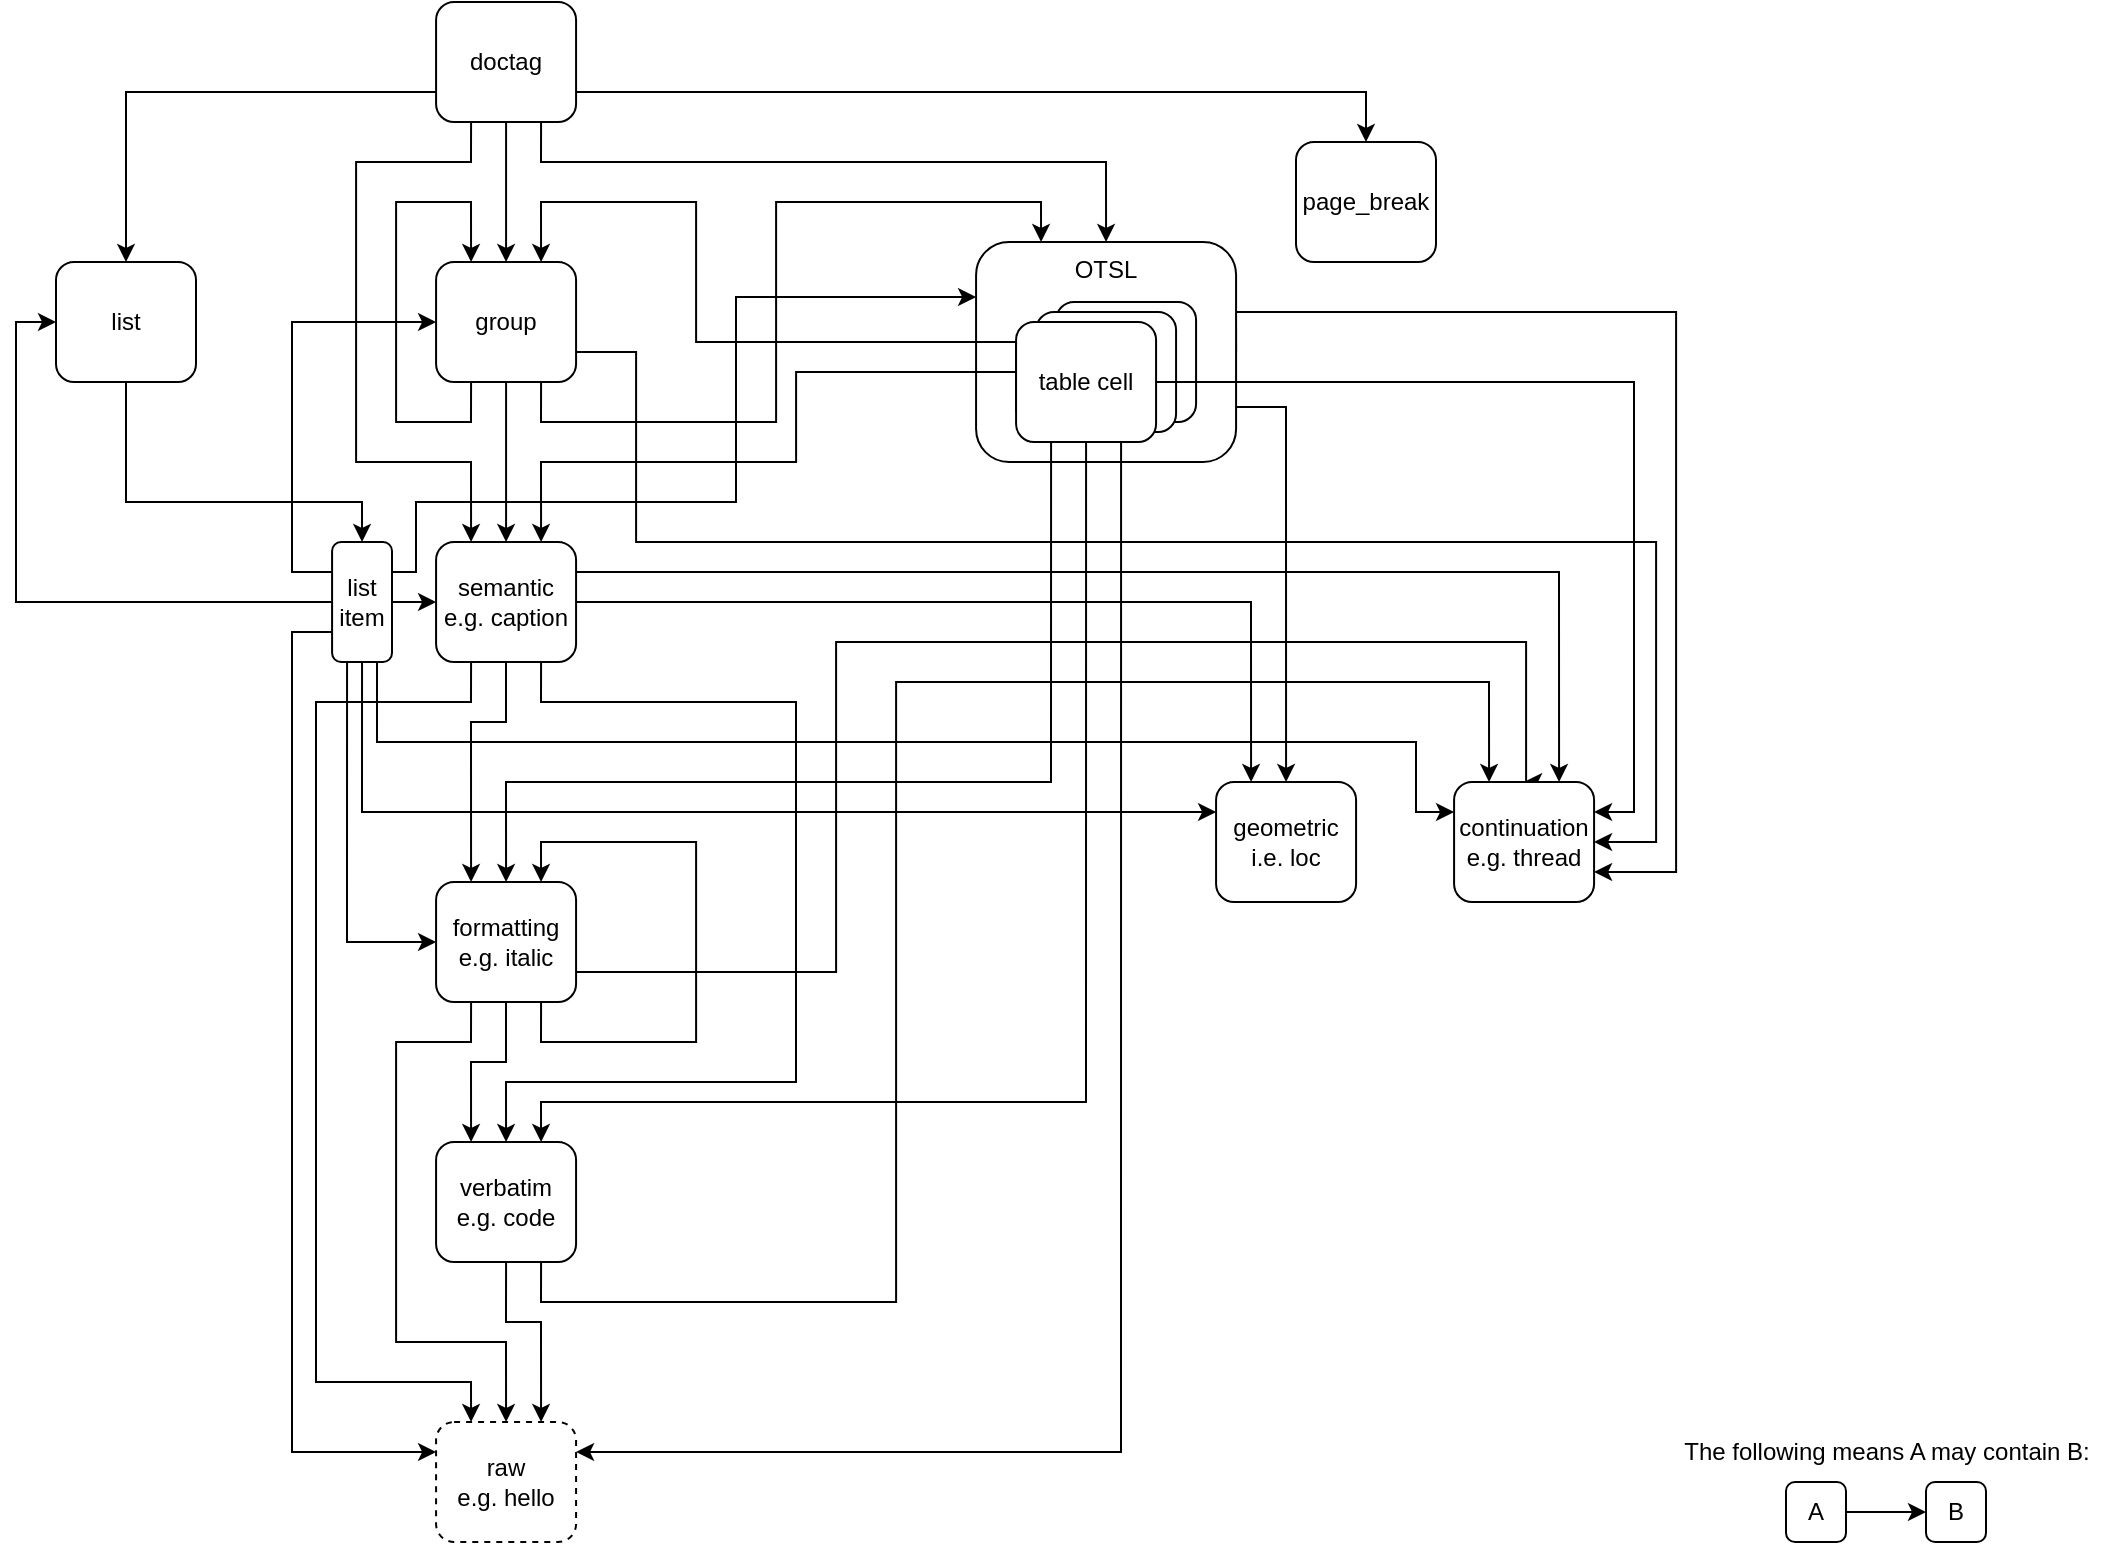
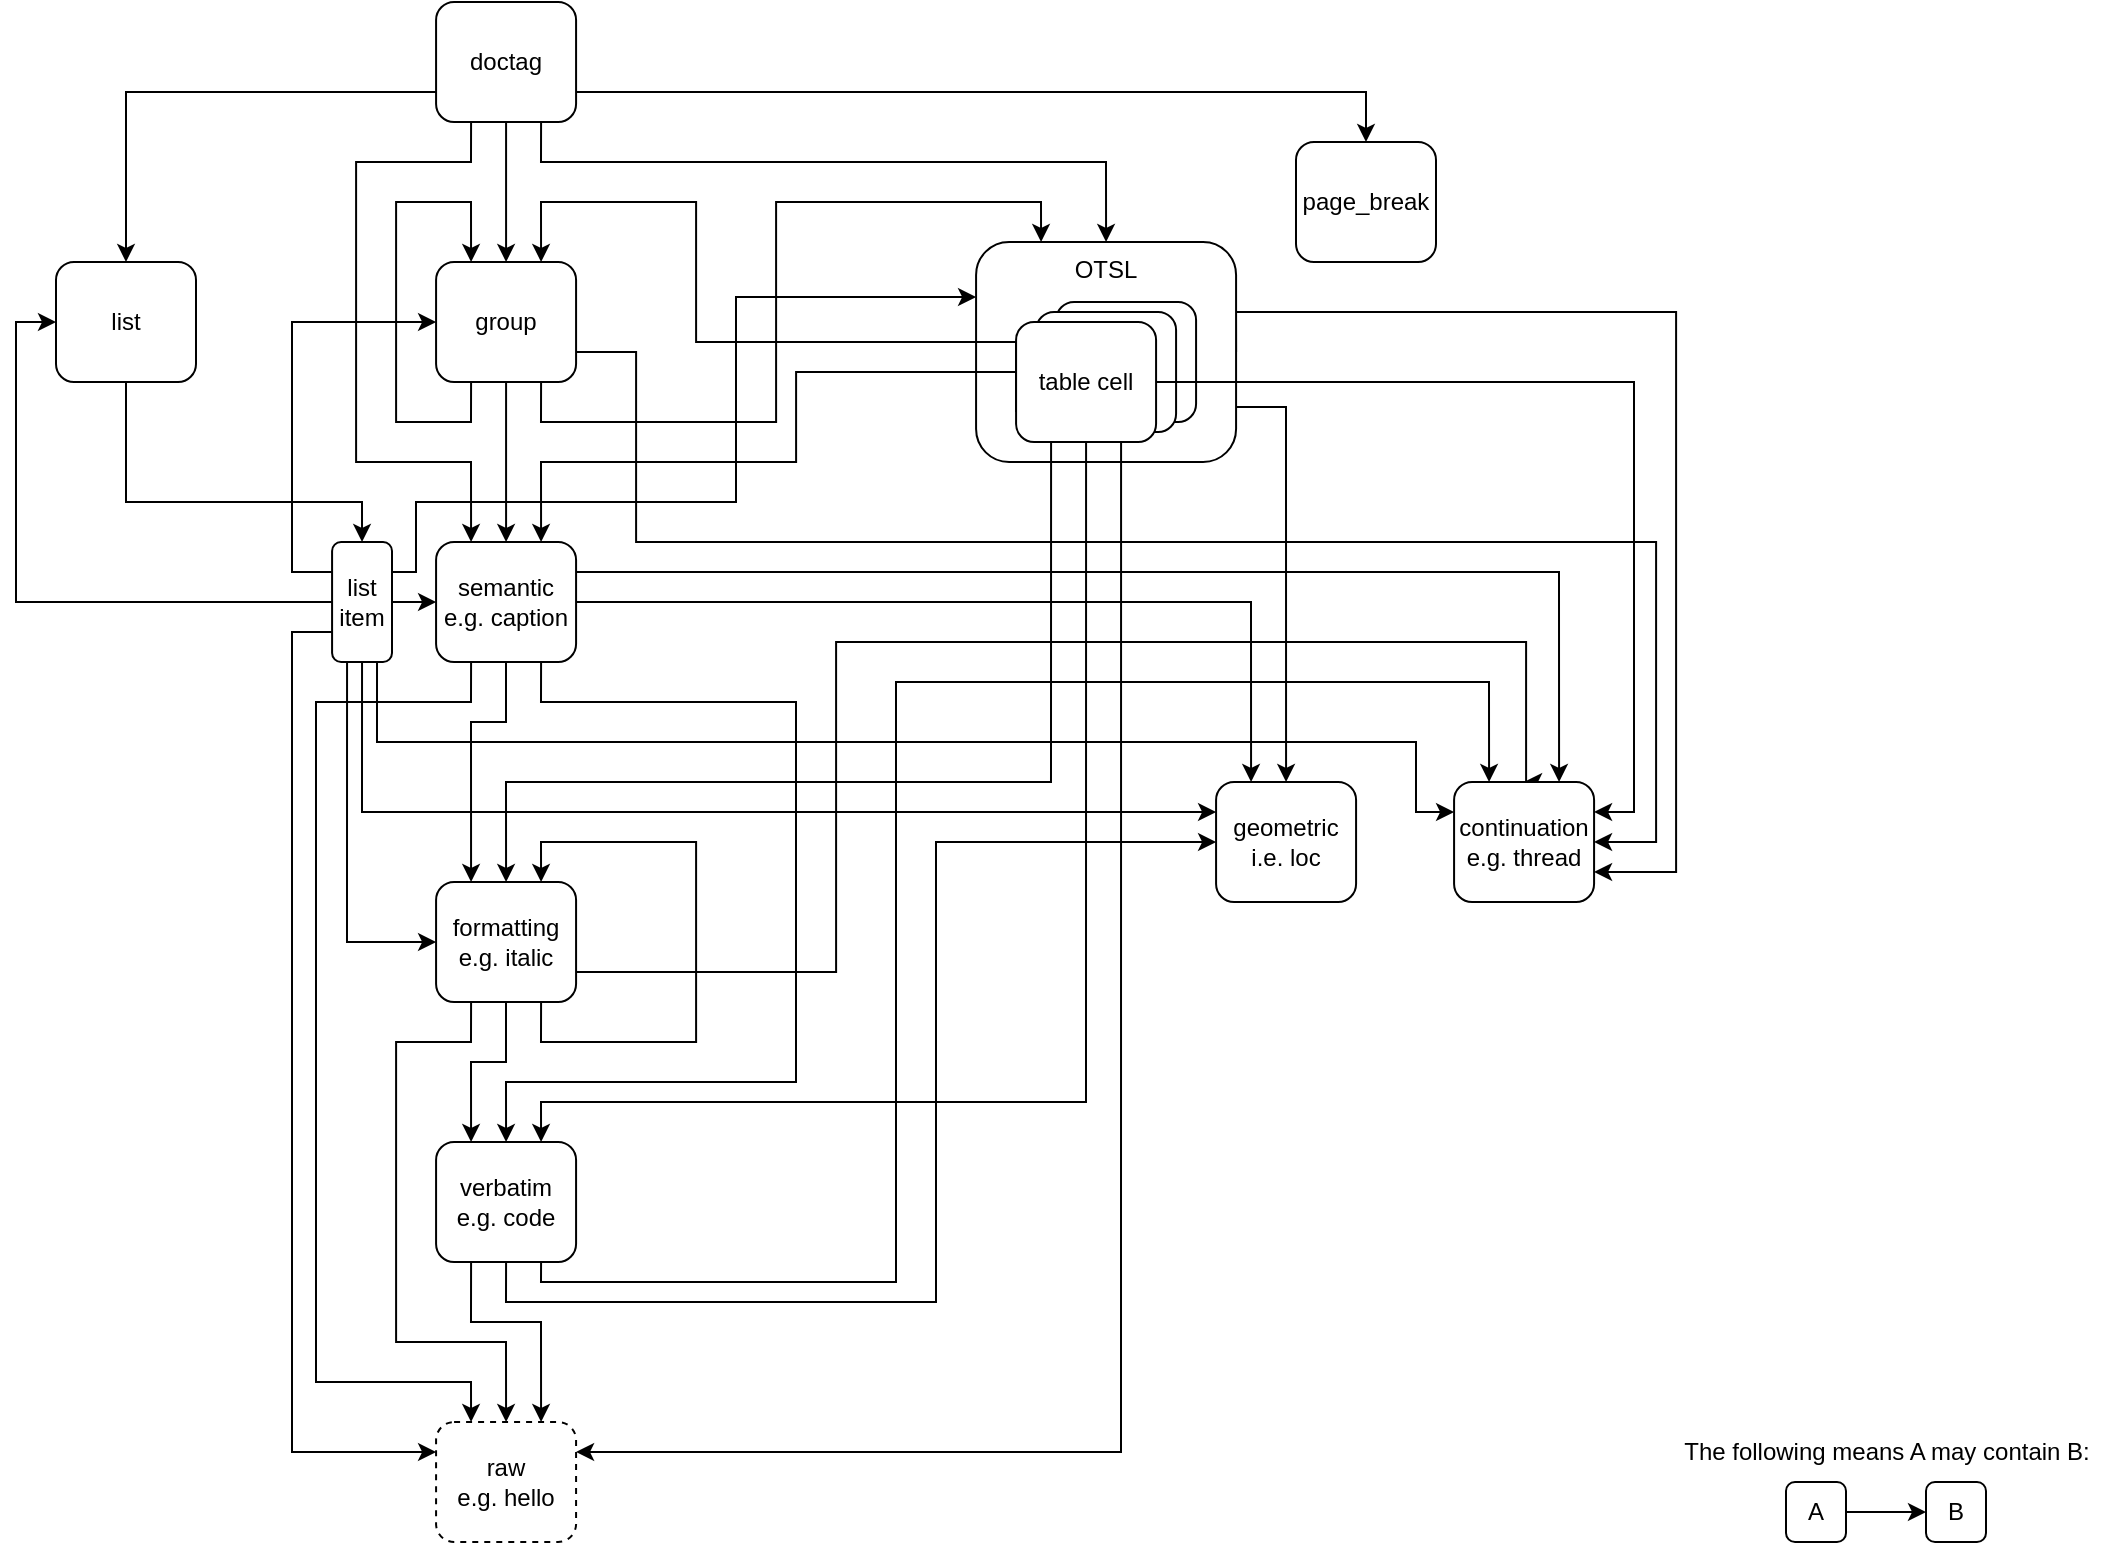
- <mxfile host="app.diagrams.net" agent="Mozilla/5.0 (Macintosh; Intel Mac OS X 10_15_7) AppleWebKit/537.36 (KHTML, like Gecko) Chrome/139.0.0.0 Safari/537.36" version="28.2.1">
+ <mxfile host="app.diagrams.net" agent="Mozilla/5.0 (Macintosh; Intel Mac OS X 10_15_7) AppleWebKit/537.36 (KHTML, like Gecko) Chrome/140.0.0.0 Safari/537.36" version="28.2.1">
  <diagram name="Page-1" id="F75mAplO2R7RB_5H6USg">
-     <mxGraphModel dx="1722" dy="967" grid="1" gridSize="10" guides="1" tooltips="1" connect="1" arrows="1" fold="1" page="1" pageScale="1" pageWidth="1169" pageHeight="827" math="0" shadow="0">
+     <mxGraphModel dx="2050" dy="1144" grid="1" gridSize="10" guides="1" tooltips="1" connect="1" arrows="1" fold="1" page="1" pageScale="1" pageWidth="1169" pageHeight="827" math="0" shadow="0">
      <root>
        <mxCell id="0" />
        <mxCell id="1" parent="0" />
        <mxCell id="ArLRNX4BGLRksdiMSqML-64" style="edgeStyle=orthogonalEdgeStyle;rounded=0;orthogonalLoop=1;jettySize=auto;html=1;exitX=1;exitY=0.5;exitDx=0;exitDy=0;entryX=1;entryY=0.75;entryDx=0;entryDy=0;" parent="1" source="ArLRNX4BGLRksdiMSqML-39" target="ArLRNX4BGLRksdiMSqML-61" edge="1">
          <mxGeometry relative="1" as="geometry">
            <Array as="points">
              <mxPoint x="930.0400000000001" y="175" />
              <mxPoint x="930.0400000000001" y="455" />
            </Array>
          </mxGeometry>
        </mxCell>
        <mxCell id="ArLRNX4BGLRksdiMSqML-39" value="OTSL" style="rounded=1;whiteSpace=wrap;html=1;verticalAlign=top;" parent="1" vertex="1">
          <mxGeometry x="580.0400000000001" y="140" width="130" height="110" as="geometry" />
        </mxCell>
        <mxCell id="ArLRNX4BGLRksdiMSqML-53" value="" style="rounded=1;whiteSpace=wrap;html=1;" parent="1" vertex="1">
          <mxGeometry x="620.0400000000001" y="170" width="70" height="60" as="geometry" />
        </mxCell>
        <mxCell id="owo317P7gw40relKGIAD-1" value="raw&lt;br&gt;e.g. hello" style="rounded=1;whiteSpace=wrap;html=1;dashed=1;" parent="1" vertex="1">
          <mxGeometry x="310.03999999999996" y="730" width="70" height="60" as="geometry" />
        </mxCell>
        <mxCell id="ArLRNX4BGLRksdiMSqML-52" value="" style="rounded=1;whiteSpace=wrap;html=1;" parent="1" vertex="1">
          <mxGeometry x="610.0400000000001" y="175" width="70" height="60" as="geometry" />
        </mxCell>
        <mxCell id="ArLRNX4BGLRksdiMSqML-18" style="edgeStyle=orthogonalEdgeStyle;rounded=0;orthogonalLoop=1;jettySize=auto;html=1;entryX=0.25;entryY=0;entryDx=0;entryDy=0;" parent="1" source="owo317P7gw40relKGIAD-2" target="z8eIMTE0FyAdGGZfip0s-2" edge="1">
          <mxGeometry relative="1" as="geometry">
            <Array as="points">
              <mxPoint x="345.03999999999996" y="550" />
              <mxPoint x="328.03999999999996" y="550" />
            </Array>
          </mxGeometry>
        </mxCell>
        <mxCell id="ArLRNX4BGLRksdiMSqML-19" style="edgeStyle=orthogonalEdgeStyle;rounded=0;orthogonalLoop=1;jettySize=auto;html=1;exitX=0.25;exitY=1;exitDx=0;exitDy=0;entryX=0.5;entryY=0;entryDx=0;entryDy=0;" parent="1" source="owo317P7gw40relKGIAD-2" target="owo317P7gw40relKGIAD-1" edge="1">
          <mxGeometry relative="1" as="geometry">
            <Array as="points">
              <mxPoint x="327.03999999999996" y="540" />
              <mxPoint x="290.03999999999996" y="540" />
              <mxPoint x="290.03999999999996" y="690" />
              <mxPoint x="345.03999999999996" y="690" />
            </Array>
          </mxGeometry>
        </mxCell>
        <mxCell id="ArLRNX4BGLRksdiMSqML-67" style="edgeStyle=orthogonalEdgeStyle;rounded=0;orthogonalLoop=1;jettySize=auto;html=1;exitX=1;exitY=0.75;exitDx=0;exitDy=0;entryX=0.5;entryY=0;entryDx=0;entryDy=0;" parent="1" source="owo317P7gw40relKGIAD-2" target="ArLRNX4BGLRksdiMSqML-61" edge="1">
          <mxGeometry relative="1" as="geometry">
            <Array as="points">
              <mxPoint x="510.0400000000001" y="505" />
              <mxPoint x="510.0400000000001" y="340" />
              <mxPoint x="855.0400000000001" y="340" />
            </Array>
          </mxGeometry>
        </mxCell>
        <mxCell id="owo317P7gw40relKGIAD-2" value="formatting&lt;br&gt;e.g. italic" style="rounded=1;whiteSpace=wrap;html=1;" parent="1" vertex="1">
          <mxGeometry x="310.03999999999996" y="460" width="70" height="60" as="geometry" />
        </mxCell>
        <mxCell id="ArLRNX4BGLRksdiMSqML-8" style="edgeStyle=orthogonalEdgeStyle;rounded=0;orthogonalLoop=1;jettySize=auto;html=1;entryX=0.25;entryY=0;entryDx=0;entryDy=0;exitX=0.25;exitY=1;exitDx=0;exitDy=0;" parent="1" source="z8eIMTE0FyAdGGZfip0s-1" target="owo317P7gw40relKGIAD-1" edge="1">
          <mxGeometry relative="1" as="geometry">
            <Array as="points">
              <mxPoint x="328" y="370" />
              <mxPoint x="250" y="370" />
              <mxPoint x="250" y="710" />
              <mxPoint x="328" y="710" />
            </Array>
          </mxGeometry>
        </mxCell>
        <mxCell id="ArLRNX4BGLRksdiMSqML-34" style="edgeStyle=orthogonalEdgeStyle;rounded=0;orthogonalLoop=1;jettySize=auto;html=1;exitX=0.75;exitY=1;exitDx=0;exitDy=0;entryX=0.5;entryY=0;entryDx=0;entryDy=0;" parent="1" source="z8eIMTE0FyAdGGZfip0s-1" target="z8eIMTE0FyAdGGZfip0s-2" edge="1">
          <mxGeometry relative="1" as="geometry">
            <Array as="points">
              <mxPoint x="363" y="370" />
              <mxPoint x="490" y="370" />
              <mxPoint x="490" y="560" />
              <mxPoint x="345" y="560" />
            </Array>
          </mxGeometry>
        </mxCell>
        <mxCell id="ArLRNX4BGLRksdiMSqML-45" style="edgeStyle=orthogonalEdgeStyle;rounded=0;orthogonalLoop=1;jettySize=auto;html=1;exitX=1;exitY=0.5;exitDx=0;exitDy=0;entryX=0.25;entryY=0;entryDx=0;entryDy=0;" parent="1" source="z8eIMTE0FyAdGGZfip0s-1" target="ArLRNX4BGLRksdiMSqML-22" edge="1">
          <mxGeometry relative="1" as="geometry">
            <Array as="points">
              <mxPoint x="718.0400000000001" y="320" />
            </Array>
          </mxGeometry>
        </mxCell>
        <mxCell id="ArLRNX4BGLRksdiMSqML-58" style="edgeStyle=orthogonalEdgeStyle;rounded=0;orthogonalLoop=1;jettySize=auto;html=1;entryX=0.25;entryY=0;entryDx=0;entryDy=0;" parent="1" source="z8eIMTE0FyAdGGZfip0s-1" target="owo317P7gw40relKGIAD-2" edge="1">
          <mxGeometry relative="1" as="geometry">
            <Array as="points">
              <mxPoint x="345.03999999999996" y="380" />
              <mxPoint x="328.03999999999996" y="380" />
            </Array>
          </mxGeometry>
        </mxCell>
        <mxCell id="ArLRNX4BGLRksdiMSqML-66" style="edgeStyle=orthogonalEdgeStyle;rounded=0;orthogonalLoop=1;jettySize=auto;html=1;exitX=1;exitY=0.25;exitDx=0;exitDy=0;entryX=0.75;entryY=0;entryDx=0;entryDy=0;" parent="1" source="z8eIMTE0FyAdGGZfip0s-1" target="ArLRNX4BGLRksdiMSqML-61" edge="1">
          <mxGeometry relative="1" as="geometry" />
        </mxCell>
        <mxCell id="z8eIMTE0FyAdGGZfip0s-1" value="semantic&lt;br&gt;e.g. caption" style="rounded=1;whiteSpace=wrap;html=1;verticalAlign=middle;" parent="1" vertex="1">
          <mxGeometry x="310.03999999999996" y="290" width="70" height="60" as="geometry" />
        </mxCell>
-         <mxCell id="ArLRNX4BGLRksdiMSqML-14" style="edgeStyle=orthogonalEdgeStyle;rounded=0;orthogonalLoop=1;jettySize=auto;html=1;exitX=0.5;exitY=1;exitDx=0;exitDy=0;entryX=0.75;entryY=0;entryDx=0;entryDy=0;" parent="1" source="z8eIMTE0FyAdGGZfip0s-2" target="owo317P7gw40relKGIAD-1" edge="1">
-           <mxGeometry relative="1" as="geometry">
-             <Array as="points">
-               <mxPoint x="345.03999999999996" y="680" />
-               <mxPoint x="363.03999999999996" y="680" />
+         <mxCell id="ArLRNX4BGLRksdiMSqML-14" style="edgeStyle=orthogonalEdgeStyle;rounded=0;orthogonalLoop=1;jettySize=auto;html=1;exitX=0.25;exitY=1;exitDx=0;exitDy=0;entryX=0.75;entryY=0;entryDx=0;entryDy=0;" parent="1" source="z8eIMTE0FyAdGGZfip0s-2" target="owo317P7gw40relKGIAD-1" edge="1">
+           <mxGeometry relative="1" as="geometry">
+             <Array as="points">
+               <mxPoint x="328" y="680" />
+               <mxPoint x="363" y="680" />
            </Array>
          </mxGeometry>
        </mxCell>
        <mxCell id="ArLRNX4BGLRksdiMSqML-68" style="edgeStyle=orthogonalEdgeStyle;rounded=0;orthogonalLoop=1;jettySize=auto;html=1;exitX=0.75;exitY=1;exitDx=0;exitDy=0;entryX=0.25;entryY=0;entryDx=0;entryDy=0;" parent="1" source="z8eIMTE0FyAdGGZfip0s-2" target="ArLRNX4BGLRksdiMSqML-61" edge="1">
          <mxGeometry relative="1" as="geometry">
            <Array as="points">
-               <mxPoint x="363.03999999999996" y="670" />
-               <mxPoint x="540.0400000000001" y="670" />
-               <mxPoint x="540.0400000000001" y="360" />
-               <mxPoint x="837.0400000000001" y="360" />
+               <mxPoint x="363" y="660" />
+               <mxPoint x="540" y="660" />
+               <mxPoint x="540" y="360" />
+               <mxPoint x="837" y="360" />
+             </Array>
+           </mxGeometry>
+         </mxCell>
+         <mxCell id="R7qo2UHwo6Etc-Ydo3Lj-1" style="edgeStyle=orthogonalEdgeStyle;rounded=0;orthogonalLoop=1;jettySize=auto;html=1;exitX=0.5;exitY=1;exitDx=0;exitDy=0;entryX=0;entryY=0.5;entryDx=0;entryDy=0;" edge="1" parent="1" source="z8eIMTE0FyAdGGZfip0s-2" target="ArLRNX4BGLRksdiMSqML-22">
+           <mxGeometry relative="1" as="geometry">
+             <Array as="points">
+               <mxPoint x="345" y="670" />
+               <mxPoint x="560" y="670" />
+               <mxPoint x="560" y="440" />
            </Array>
          </mxGeometry>
        </mxCell>
        <mxCell id="z8eIMTE0FyAdGGZfip0s-2" value="verbatim&lt;br&gt;e.g. code" style="rounded=1;whiteSpace=wrap;html=1;" parent="1" vertex="1">
          <mxGeometry x="310.03999999999996" y="590" width="70" height="60" as="geometry" />
        </mxCell>
        <mxCell id="ArLRNX4BGLRksdiMSqML-22" value="geometric&lt;br&gt;i.e. loc" style="rounded=1;whiteSpace=wrap;html=1;" parent="1" vertex="1">
          <mxGeometry x="700.0400000000001" y="410" width="70" height="60" as="geometry" />
        </mxCell>
        <mxCell id="ArLRNX4BGLRksdiMSqML-25" style="edgeStyle=orthogonalEdgeStyle;rounded=0;orthogonalLoop=1;jettySize=auto;html=1;entryX=0.5;entryY=0;entryDx=0;entryDy=0;" parent="1" source="ArLRNX4BGLRksdiMSqML-24" target="z8eIMTE0FyAdGGZfip0s-1" edge="1">
          <mxGeometry relative="1" as="geometry" />
        </mxCell>
        <mxCell id="ArLRNX4BGLRksdiMSqML-43" style="edgeStyle=orthogonalEdgeStyle;rounded=0;orthogonalLoop=1;jettySize=auto;html=1;exitX=0.75;exitY=1;exitDx=0;exitDy=0;entryX=0.25;entryY=0;entryDx=0;entryDy=0;" parent="1" source="ArLRNX4BGLRksdiMSqML-24" target="ArLRNX4BGLRksdiMSqML-39" edge="1">
          <mxGeometry relative="1" as="geometry">
            <Array as="points">
              <mxPoint x="363.03999999999996" y="230" />
              <mxPoint x="480.0400000000001" y="230" />
              <mxPoint x="480.0400000000001" y="120" />
              <mxPoint x="613.0400000000001" y="120" />
            </Array>
          </mxGeometry>
        </mxCell>
        <mxCell id="ArLRNX4BGLRksdiMSqML-62" style="edgeStyle=orthogonalEdgeStyle;rounded=0;orthogonalLoop=1;jettySize=auto;html=1;exitX=1;exitY=0.75;exitDx=0;exitDy=0;entryX=1;entryY=0.5;entryDx=0;entryDy=0;" parent="1" source="ArLRNX4BGLRksdiMSqML-24" target="ArLRNX4BGLRksdiMSqML-61" edge="1">
          <mxGeometry relative="1" as="geometry">
            <Array as="points">
              <mxPoint x="410.03999999999996" y="195" />
              <mxPoint x="410.03999999999996" y="290" />
              <mxPoint x="920.0400000000001" y="290" />
              <mxPoint x="920.0400000000001" y="440" />
            </Array>
          </mxGeometry>
        </mxCell>
        <mxCell id="ArLRNX4BGLRksdiMSqML-24" value="group" style="rounded=1;whiteSpace=wrap;html=1;" parent="1" vertex="1">
          <mxGeometry x="310.03999999999996" y="150" width="70" height="60" as="geometry" />
        </mxCell>
        <mxCell id="ArLRNX4BGLRksdiMSqML-28" style="edgeStyle=orthogonalEdgeStyle;rounded=0;orthogonalLoop=1;jettySize=auto;html=1;entryX=0.5;entryY=0;entryDx=0;entryDy=0;" parent="1" source="ArLRNX4BGLRksdiMSqML-27" target="ArLRNX4BGLRksdiMSqML-24" edge="1">
          <mxGeometry relative="1" as="geometry" />
        </mxCell>
        <mxCell id="ArLRNX4BGLRksdiMSqML-31" style="edgeStyle=orthogonalEdgeStyle;rounded=0;orthogonalLoop=1;jettySize=auto;html=1;entryX=0.25;entryY=0;entryDx=0;entryDy=0;exitX=0.25;exitY=1;exitDx=0;exitDy=0;" parent="1" source="ArLRNX4BGLRksdiMSqML-27" target="z8eIMTE0FyAdGGZfip0s-1" edge="1">
          <mxGeometry relative="1" as="geometry">
            <mxPoint x="200.04" y="280" as="targetPoint" />
            <Array as="points">
              <mxPoint x="327.03999999999996" y="100" />
              <mxPoint x="270.03999999999996" y="100" />
              <mxPoint x="270.03999999999996" y="250" />
              <mxPoint x="327.03999999999996" y="250" />
            </Array>
          </mxGeometry>
        </mxCell>
        <mxCell id="ArLRNX4BGLRksdiMSqML-51" style="edgeStyle=orthogonalEdgeStyle;rounded=0;orthogonalLoop=1;jettySize=auto;html=1;exitX=0.75;exitY=1;exitDx=0;exitDy=0;entryX=0.5;entryY=0;entryDx=0;entryDy=0;" parent="1" source="ArLRNX4BGLRksdiMSqML-27" target="ArLRNX4BGLRksdiMSqML-39" edge="1">
          <mxGeometry relative="1" as="geometry">
            <Array as="points">
              <mxPoint x="363.03999999999996" y="100" />
              <mxPoint x="645.0400000000001" y="100" />
            </Array>
          </mxGeometry>
        </mxCell>
        <mxCell id="ArLRNX4BGLRksdiMSqML-70" style="edgeStyle=orthogonalEdgeStyle;rounded=0;orthogonalLoop=1;jettySize=auto;html=1;exitX=1;exitY=0.75;exitDx=0;exitDy=0;entryX=0.5;entryY=0;entryDx=0;entryDy=0;" parent="1" source="ArLRNX4BGLRksdiMSqML-27" target="ArLRNX4BGLRksdiMSqML-69" edge="1">
          <mxGeometry relative="1" as="geometry" />
        </mxCell>
-         <mxCell id="shjTQ2N4gX8QWyBKswjy-7" style="edgeStyle=orthogonalEdgeStyle;rounded=0;orthogonalLoop=1;jettySize=auto;html=1;exitX=0;exitY=0.75;exitDx=0;exitDy=0;entryX=0.5;entryY=0;entryDx=0;entryDy=0;" edge="1" parent="1" source="ArLRNX4BGLRksdiMSqML-27" target="shjTQ2N4gX8QWyBKswjy-1">
+         <mxCell id="shjTQ2N4gX8QWyBKswjy-7" style="edgeStyle=orthogonalEdgeStyle;rounded=0;orthogonalLoop=1;jettySize=auto;html=1;exitX=0;exitY=0.75;exitDx=0;exitDy=0;entryX=0.5;entryY=0;entryDx=0;entryDy=0;" parent="1" source="ArLRNX4BGLRksdiMSqML-27" target="shjTQ2N4gX8QWyBKswjy-1" edge="1">
          <mxGeometry relative="1" as="geometry" />
        </mxCell>
        <mxCell id="ArLRNX4BGLRksdiMSqML-27" value="doctag" style="rounded=1;whiteSpace=wrap;html=1;" parent="1" vertex="1">
          <mxGeometry x="310.03999999999996" y="20" width="70" height="60" as="geometry" />
        </mxCell>
        <mxCell id="ArLRNX4BGLRksdiMSqML-32" style="edgeStyle=orthogonalEdgeStyle;rounded=0;orthogonalLoop=1;jettySize=auto;html=1;exitX=0.25;exitY=1;exitDx=0;exitDy=0;entryX=0.25;entryY=0;entryDx=0;entryDy=0;" parent="1" source="ArLRNX4BGLRksdiMSqML-24" target="ArLRNX4BGLRksdiMSqML-24" edge="1">
          <mxGeometry relative="1" as="geometry">
            <Array as="points">
              <mxPoint x="327.03999999999996" y="230" />
              <mxPoint x="290.03999999999996" y="230" />
              <mxPoint x="290.03999999999996" y="120" />
              <mxPoint x="327.03999999999996" y="120" />
            </Array>
          </mxGeometry>
        </mxCell>
        <mxCell id="ArLRNX4BGLRksdiMSqML-36" style="edgeStyle=orthogonalEdgeStyle;rounded=0;orthogonalLoop=1;jettySize=auto;html=1;exitX=0.75;exitY=1;exitDx=0;exitDy=0;entryX=0.75;entryY=0;entryDx=0;entryDy=0;" parent="1" source="owo317P7gw40relKGIAD-2" target="owo317P7gw40relKGIAD-2" edge="1">
          <mxGeometry relative="1" as="geometry">
            <mxPoint x="410.03999999999996" y="470" as="targetPoint" />
            <Array as="points">
              <mxPoint x="363.03999999999996" y="540" />
              <mxPoint x="440.03999999999996" y="540" />
              <mxPoint x="440.03999999999996" y="440" />
              <mxPoint x="363.03999999999996" y="440" />
            </Array>
          </mxGeometry>
        </mxCell>
        <mxCell id="ArLRNX4BGLRksdiMSqML-46" style="edgeStyle=orthogonalEdgeStyle;rounded=0;orthogonalLoop=1;jettySize=auto;html=1;exitX=1;exitY=0.75;exitDx=0;exitDy=0;entryX=0.5;entryY=0;entryDx=0;entryDy=0;" parent="1" source="ArLRNX4BGLRksdiMSqML-39" target="ArLRNX4BGLRksdiMSqML-22" edge="1">
          <mxGeometry relative="1" as="geometry" />
        </mxCell>
        <mxCell id="ArLRNX4BGLRksdiMSqML-50" style="edgeStyle=orthogonalEdgeStyle;rounded=0;orthogonalLoop=1;jettySize=auto;html=1;exitX=0;exitY=0.5;exitDx=0;exitDy=0;entryX=0.75;entryY=0;entryDx=0;entryDy=0;" parent="1" source="ArLRNX4BGLRksdiMSqML-41" target="ArLRNX4BGLRksdiMSqML-24" edge="1">
          <mxGeometry relative="1" as="geometry">
            <Array as="points">
              <mxPoint x="600.0400000000001" y="190" />
              <mxPoint x="440.03999999999996" y="190" />
              <mxPoint x="440.03999999999996" y="120" />
              <mxPoint x="363.03999999999996" y="120" />
            </Array>
          </mxGeometry>
        </mxCell>
        <mxCell id="ArLRNX4BGLRksdiMSqML-54" style="edgeStyle=orthogonalEdgeStyle;rounded=0;orthogonalLoop=1;jettySize=auto;html=1;exitX=0;exitY=0.75;exitDx=0;exitDy=0;entryX=0.75;entryY=0;entryDx=0;entryDy=0;" parent="1" source="ArLRNX4BGLRksdiMSqML-41" target="z8eIMTE0FyAdGGZfip0s-1" edge="1">
          <mxGeometry relative="1" as="geometry">
            <Array as="points">
              <mxPoint x="490.0400000000001" y="205" />
              <mxPoint x="490.0400000000001" y="250" />
              <mxPoint x="363.03999999999996" y="250" />
            </Array>
          </mxGeometry>
        </mxCell>
        <mxCell id="ArLRNX4BGLRksdiMSqML-55" style="edgeStyle=orthogonalEdgeStyle;rounded=0;orthogonalLoop=1;jettySize=auto;html=1;exitX=0.25;exitY=1;exitDx=0;exitDy=0;entryX=0.5;entryY=0;entryDx=0;entryDy=0;" parent="1" source="ArLRNX4BGLRksdiMSqML-41" target="owo317P7gw40relKGIAD-2" edge="1">
          <mxGeometry relative="1" as="geometry">
            <Array as="points">
              <mxPoint x="618" y="410" />
              <mxPoint x="345" y="410" />
            </Array>
          </mxGeometry>
        </mxCell>
        <mxCell id="ArLRNX4BGLRksdiMSqML-59" style="edgeStyle=orthogonalEdgeStyle;rounded=0;orthogonalLoop=1;jettySize=auto;html=1;entryX=0.75;entryY=0;entryDx=0;entryDy=0;exitX=0.5;exitY=1;exitDx=0;exitDy=0;" parent="1" source="ArLRNX4BGLRksdiMSqML-41" target="z8eIMTE0FyAdGGZfip0s-2" edge="1">
          <mxGeometry relative="1" as="geometry">
            <mxPoint x="620.0400000000001" y="650" as="targetPoint" />
            <Array as="points">
              <mxPoint x="635.0400000000001" y="570" />
              <mxPoint x="363.03999999999996" y="570" />
            </Array>
          </mxGeometry>
        </mxCell>
        <mxCell id="ArLRNX4BGLRksdiMSqML-60" style="edgeStyle=orthogonalEdgeStyle;rounded=0;orthogonalLoop=1;jettySize=auto;html=1;exitX=0.75;exitY=1;exitDx=0;exitDy=0;entryX=1;entryY=0.25;entryDx=0;entryDy=0;fillColor=#f8cecc;strokeColor=light-dark(#000000, #d7817e);" parent="1" source="ArLRNX4BGLRksdiMSqML-41" target="owo317P7gw40relKGIAD-1" edge="1">
          <mxGeometry relative="1" as="geometry" />
        </mxCell>
        <mxCell id="ArLRNX4BGLRksdiMSqML-65" style="edgeStyle=orthogonalEdgeStyle;rounded=0;orthogonalLoop=1;jettySize=auto;html=1;exitX=1;exitY=0.5;exitDx=0;exitDy=0;entryX=1;entryY=0.25;entryDx=0;entryDy=0;" parent="1" source="ArLRNX4BGLRksdiMSqML-41" target="ArLRNX4BGLRksdiMSqML-61" edge="1">
          <mxGeometry relative="1" as="geometry" />
        </mxCell>
        <mxCell id="ArLRNX4BGLRksdiMSqML-41" value="table cell" style="rounded=1;whiteSpace=wrap;html=1;" parent="1" vertex="1">
          <mxGeometry x="600.0400000000001" y="180" width="70" height="60" as="geometry" />
        </mxCell>
        <mxCell id="ArLRNX4BGLRksdiMSqML-61" value="continuation&lt;br&gt;e.g. thread" style="rounded=1;whiteSpace=wrap;html=1;" parent="1" vertex="1">
          <mxGeometry x="819.0400000000001" y="410" width="70" height="60" as="geometry" />
        </mxCell>
        <mxCell id="ArLRNX4BGLRksdiMSqML-69" value="page_break" style="rounded=1;whiteSpace=wrap;html=1;" parent="1" vertex="1">
          <mxGeometry x="740.0000000000001" y="90" width="70" height="60" as="geometry" />
        </mxCell>
        <mxCell id="ArLRNX4BGLRksdiMSqML-76" style="edgeStyle=orthogonalEdgeStyle;rounded=0;orthogonalLoop=1;jettySize=auto;html=1;entryX=0;entryY=0.5;entryDx=0;entryDy=0;" parent="1" source="ArLRNX4BGLRksdiMSqML-74" target="ArLRNX4BGLRksdiMSqML-75" edge="1">
          <mxGeometry relative="1" as="geometry" />
        </mxCell>
        <mxCell id="ArLRNX4BGLRksdiMSqML-74" value="A" style="rounded=1;whiteSpace=wrap;html=1;" parent="1" vertex="1">
          <mxGeometry x="985" y="760" width="30" height="30" as="geometry" />
        </mxCell>
        <mxCell id="ArLRNX4BGLRksdiMSqML-75" value="B" style="rounded=1;whiteSpace=wrap;html=1;" parent="1" vertex="1">
          <mxGeometry x="1055" y="760" width="30" height="30" as="geometry" />
        </mxCell>
        <mxCell id="ArLRNX4BGLRksdiMSqML-77" value="The following means A may contain B:" style="text;html=1;align=center;verticalAlign=middle;resizable=0;points=[];autosize=1;strokeColor=none;fillColor=none;" parent="1" vertex="1">
          <mxGeometry x="920" y="730" width="230" height="30" as="geometry" />
        </mxCell>
-         <mxCell id="shjTQ2N4gX8QWyBKswjy-13" style="edgeStyle=orthogonalEdgeStyle;rounded=0;orthogonalLoop=1;jettySize=auto;html=1;exitX=0.5;exitY=1;exitDx=0;exitDy=0;entryX=0.5;entryY=0;entryDx=0;entryDy=0;" edge="1" parent="1" source="shjTQ2N4gX8QWyBKswjy-1" target="shjTQ2N4gX8QWyBKswjy-2">
+         <mxCell id="shjTQ2N4gX8QWyBKswjy-13" style="edgeStyle=orthogonalEdgeStyle;rounded=0;orthogonalLoop=1;jettySize=auto;html=1;exitX=0.5;exitY=1;exitDx=0;exitDy=0;entryX=0.5;entryY=0;entryDx=0;entryDy=0;" parent="1" source="shjTQ2N4gX8QWyBKswjy-1" target="shjTQ2N4gX8QWyBKswjy-2" edge="1">
          <mxGeometry relative="1" as="geometry">
            <Array as="points">
              <mxPoint x="155" y="270" />
              <mxPoint x="273" y="270" />
            </Array>
          </mxGeometry>
        </mxCell>
-         <mxCell id="shjTQ2N4gX8QWyBKswjy-1" value="list" style="rounded=1;whiteSpace=wrap;html=1;" vertex="1" parent="1">
+         <mxCell id="shjTQ2N4gX8QWyBKswjy-1" value="list" style="rounded=1;whiteSpace=wrap;html=1;" parent="1" vertex="1">
          <mxGeometry x="120" y="150" width="70" height="60" as="geometry" />
        </mxCell>
-         <mxCell id="shjTQ2N4gX8QWyBKswjy-3" style="edgeStyle=orthogonalEdgeStyle;rounded=0;orthogonalLoop=1;jettySize=auto;html=1;exitX=0.5;exitY=1;exitDx=0;exitDy=0;entryX=0;entryY=0.25;entryDx=0;entryDy=0;" edge="1" parent="1" source="shjTQ2N4gX8QWyBKswjy-2" target="ArLRNX4BGLRksdiMSqML-22">
+         <mxCell id="shjTQ2N4gX8QWyBKswjy-3" style="edgeStyle=orthogonalEdgeStyle;rounded=0;orthogonalLoop=1;jettySize=auto;html=1;exitX=0.5;exitY=1;exitDx=0;exitDy=0;entryX=0;entryY=0.25;entryDx=0;entryDy=0;" parent="1" source="shjTQ2N4gX8QWyBKswjy-2" target="ArLRNX4BGLRksdiMSqML-22" edge="1">
          <mxGeometry relative="1" as="geometry">
            <Array as="points">
              <mxPoint x="273" y="425" />
            </Array>
          </mxGeometry>
        </mxCell>
-         <mxCell id="shjTQ2N4gX8QWyBKswjy-4" style="edgeStyle=orthogonalEdgeStyle;rounded=0;orthogonalLoop=1;jettySize=auto;html=1;exitX=0.25;exitY=1;exitDx=0;exitDy=0;entryX=0;entryY=0.5;entryDx=0;entryDy=0;" edge="1" parent="1" source="shjTQ2N4gX8QWyBKswjy-2" target="owo317P7gw40relKGIAD-2">
-           <mxGeometry relative="1" as="geometry" />
-         </mxCell>
-         <mxCell id="shjTQ2N4gX8QWyBKswjy-5" style="edgeStyle=orthogonalEdgeStyle;rounded=0;orthogonalLoop=1;jettySize=auto;html=1;exitX=0;exitY=0.75;exitDx=0;exitDy=0;entryX=0;entryY=0.25;entryDx=0;entryDy=0;" edge="1" parent="1" source="shjTQ2N4gX8QWyBKswjy-2" target="owo317P7gw40relKGIAD-1">
-           <mxGeometry relative="1" as="geometry" />
-         </mxCell>
-         <mxCell id="shjTQ2N4gX8QWyBKswjy-6" style="edgeStyle=orthogonalEdgeStyle;rounded=0;orthogonalLoop=1;jettySize=auto;html=1;exitX=0.75;exitY=1;exitDx=0;exitDy=0;entryX=0;entryY=0.25;entryDx=0;entryDy=0;" edge="1" parent="1" source="shjTQ2N4gX8QWyBKswjy-2" target="ArLRNX4BGLRksdiMSqML-61">
+         <mxCell id="shjTQ2N4gX8QWyBKswjy-4" style="edgeStyle=orthogonalEdgeStyle;rounded=0;orthogonalLoop=1;jettySize=auto;html=1;exitX=0.25;exitY=1;exitDx=0;exitDy=0;entryX=0;entryY=0.5;entryDx=0;entryDy=0;" parent="1" source="shjTQ2N4gX8QWyBKswjy-2" target="owo317P7gw40relKGIAD-2" edge="1">
+           <mxGeometry relative="1" as="geometry" />
+         </mxCell>
+         <mxCell id="shjTQ2N4gX8QWyBKswjy-5" style="edgeStyle=orthogonalEdgeStyle;rounded=0;orthogonalLoop=1;jettySize=auto;html=1;exitX=0;exitY=0.75;exitDx=0;exitDy=0;entryX=0;entryY=0.25;entryDx=0;entryDy=0;" parent="1" source="shjTQ2N4gX8QWyBKswjy-2" target="owo317P7gw40relKGIAD-1" edge="1">
+           <mxGeometry relative="1" as="geometry" />
+         </mxCell>
+         <mxCell id="shjTQ2N4gX8QWyBKswjy-6" style="edgeStyle=orthogonalEdgeStyle;rounded=0;orthogonalLoop=1;jettySize=auto;html=1;exitX=0.75;exitY=1;exitDx=0;exitDy=0;entryX=0;entryY=0.25;entryDx=0;entryDy=0;" parent="1" source="shjTQ2N4gX8QWyBKswjy-2" target="ArLRNX4BGLRksdiMSqML-61" edge="1">
          <mxGeometry relative="1" as="geometry">
            <Array as="points">
              <mxPoint x="281" y="390" />
              <mxPoint x="800" y="390" />
              <mxPoint x="800" y="425" />
            </Array>
          </mxGeometry>
        </mxCell>
-         <mxCell id="shjTQ2N4gX8QWyBKswjy-9" style="edgeStyle=orthogonalEdgeStyle;rounded=0;orthogonalLoop=1;jettySize=auto;html=1;exitX=0;exitY=0.5;exitDx=0;exitDy=0;entryX=0;entryY=0.5;entryDx=0;entryDy=0;" edge="1" parent="1" source="shjTQ2N4gX8QWyBKswjy-2" target="shjTQ2N4gX8QWyBKswjy-1">
-           <mxGeometry relative="1" as="geometry" />
-         </mxCell>
-         <mxCell id="shjTQ2N4gX8QWyBKswjy-10" style="edgeStyle=orthogonalEdgeStyle;rounded=0;orthogonalLoop=1;jettySize=auto;html=1;exitX=0;exitY=0.25;exitDx=0;exitDy=0;entryX=0;entryY=0.5;entryDx=0;entryDy=0;" edge="1" parent="1" source="shjTQ2N4gX8QWyBKswjy-2" target="ArLRNX4BGLRksdiMSqML-24">
-           <mxGeometry relative="1" as="geometry" />
-         </mxCell>
-         <mxCell id="shjTQ2N4gX8QWyBKswjy-11" style="edgeStyle=orthogonalEdgeStyle;rounded=0;orthogonalLoop=1;jettySize=auto;html=1;exitX=1;exitY=0.25;exitDx=0;exitDy=0;entryX=0;entryY=0.25;entryDx=0;entryDy=0;" edge="1" parent="1" source="shjTQ2N4gX8QWyBKswjy-2" target="ArLRNX4BGLRksdiMSqML-39">
+         <mxCell id="shjTQ2N4gX8QWyBKswjy-9" style="edgeStyle=orthogonalEdgeStyle;rounded=0;orthogonalLoop=1;jettySize=auto;html=1;exitX=0;exitY=0.5;exitDx=0;exitDy=0;entryX=0;entryY=0.5;entryDx=0;entryDy=0;" parent="1" source="shjTQ2N4gX8QWyBKswjy-2" target="shjTQ2N4gX8QWyBKswjy-1" edge="1">
+           <mxGeometry relative="1" as="geometry" />
+         </mxCell>
+         <mxCell id="shjTQ2N4gX8QWyBKswjy-10" style="edgeStyle=orthogonalEdgeStyle;rounded=0;orthogonalLoop=1;jettySize=auto;html=1;exitX=0;exitY=0.25;exitDx=0;exitDy=0;entryX=0;entryY=0.5;entryDx=0;entryDy=0;" parent="1" source="shjTQ2N4gX8QWyBKswjy-2" target="ArLRNX4BGLRksdiMSqML-24" edge="1">
+           <mxGeometry relative="1" as="geometry" />
+         </mxCell>
+         <mxCell id="shjTQ2N4gX8QWyBKswjy-11" style="edgeStyle=orthogonalEdgeStyle;rounded=0;orthogonalLoop=1;jettySize=auto;html=1;exitX=1;exitY=0.25;exitDx=0;exitDy=0;entryX=0;entryY=0.25;entryDx=0;entryDy=0;" parent="1" source="shjTQ2N4gX8QWyBKswjy-2" target="ArLRNX4BGLRksdiMSqML-39" edge="1">
          <mxGeometry relative="1" as="geometry">
            <Array as="points">
              <mxPoint x="300" y="305" />
              <mxPoint x="300" y="270" />
              <mxPoint x="460" y="270" />
              <mxPoint x="460" y="168" />
            </Array>
          </mxGeometry>
        </mxCell>
-         <mxCell id="shjTQ2N4gX8QWyBKswjy-12" style="edgeStyle=orthogonalEdgeStyle;rounded=0;orthogonalLoop=1;jettySize=auto;html=1;" edge="1" parent="1" source="shjTQ2N4gX8QWyBKswjy-2" target="z8eIMTE0FyAdGGZfip0s-1">
-           <mxGeometry relative="1" as="geometry" />
-         </mxCell>
-         <mxCell id="shjTQ2N4gX8QWyBKswjy-2" value="list item" style="rounded=1;whiteSpace=wrap;html=1;" vertex="1" parent="1">
+         <mxCell id="shjTQ2N4gX8QWyBKswjy-12" style="edgeStyle=orthogonalEdgeStyle;rounded=0;orthogonalLoop=1;jettySize=auto;html=1;" parent="1" source="shjTQ2N4gX8QWyBKswjy-2" target="z8eIMTE0FyAdGGZfip0s-1" edge="1">
+           <mxGeometry relative="1" as="geometry" />
+         </mxCell>
+         <mxCell id="shjTQ2N4gX8QWyBKswjy-2" value="list item" style="rounded=1;whiteSpace=wrap;html=1;" parent="1" vertex="1">
          <mxGeometry x="258.04" y="290" width="29.96" height="60" as="geometry" />
        </mxCell>
      </root>
    </mxGraphModel>
  </diagram>
</mxfile>
